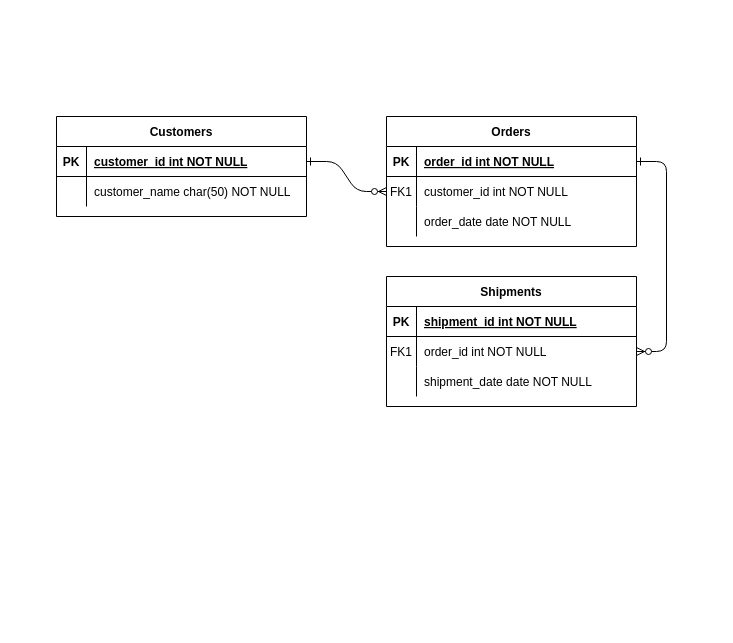
Above: EERD.drawio in BloodRiver/public-health-interventions (draw.io), before the change. Source tidied: cells renumbered, new cells numbered last; positions are measured from the earlier drawing's top-left corner, leaving out a move shared by most shapes. Both pictures are drawn from the tidied source at 100%, with x=0, y=0 at pixel (56, 116).
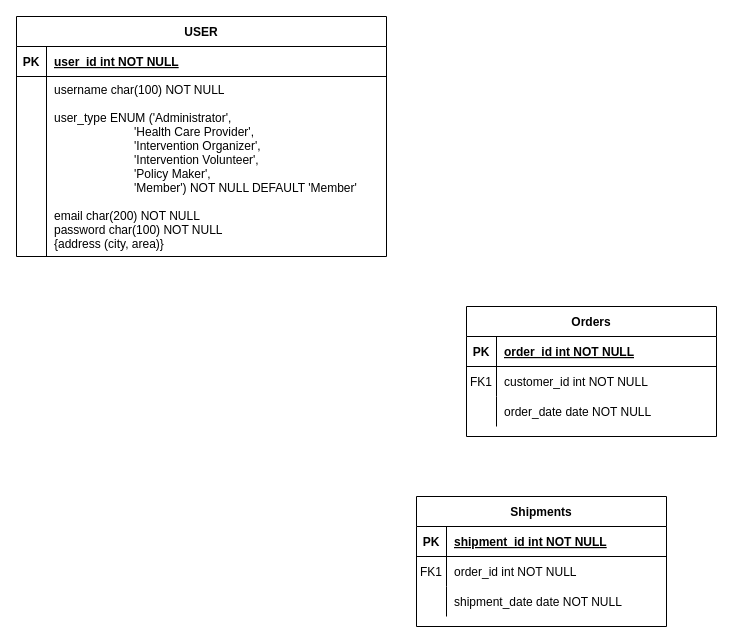
After the change.

Unchanged cells that the change refers to:
```xml
<mxCell id="5" style="shape=partialRectangle;fillColor=none;points=[[0,0.5],[1,0.5]];portConstraint=eastwest;top=0;left=0;right=0;bottom=1;" parent="4" vertex="1">
  <mxGeometry y="30" width="250" height="30" as="geometry" />
</mxCell>
<mxCell id="8" style="shape=partialRectangle;fillColor=none;points=[[0,0.5],[1,0.5]];portConstraint=eastwest;top=0;left=0;right=0;bottom=0;" parent="4" vertex="1">
  <mxGeometry y="60" width="250" height="30" as="geometry" />
</mxCell>
<mxCell id="18" style="shape=partialRectangle;fillColor=none;points=[[0,0.5],[1,0.5]];portConstraint=eastwest;top=0;left=0;right=0;bottom=0;" parent="14" vertex="1">
  <mxGeometry y="60" width="250" height="30" as="geometry" />
</mxCell>
```

The edit, as a diff of the source:
```diff
@@
-    <mxCell id="2" style="edgeStyle=entityRelationEdgeStyle;endArrow=ERzeroToMany;startArrow=ERone;endFill=1;startFill=0;" parent="1" edge="1" source="25" target="8">
-      <mxGeometry relative="1" as="geometry" />
-    </mxCell>
-    <mxCell id="3" style="edgeStyle=entityRelationEdgeStyle;endArrow=ERzeroToMany;startArrow=ERone;endFill=1;startFill=0;" parent="1" edge="1" source="5" target="18">
-      <mxGeometry relative="1" as="geometry" />
-    </mxCell>
     <mxCell id="4" value="Orders" style="shape=table;startSize=30;childLayout=tableLayout;rowLines=0;fontStyle=1;align=center;" parent="1" vertex="1">
-      <mxGeometry x="330" width="250" height="130" as="geometry" />
+      <mxGeometry x="410" y="190" width="250" height="130" as="geometry" />
     </mxCell>
@@
     <mxCell id="14" value="Shipments" style="shape=table;startSize=30;childLayout=tableLayout;rowLines=0;fontStyle=1;align=center;" parent="1" vertex="1">
-      <mxGeometry x="330" y="160" width="250" height="130" as="geometry" />
+      <mxGeometry x="360" y="380" width="250" height="130" as="geometry" />
     </mxCell>
@@
-    <mxCell id="24" value="Customers" style="shape=table;startSize=30;childLayout=tableLayout;rowLines=0;fontStyle=1;align=center;" parent="1" vertex="1">
-      <mxGeometry width="250" height="100" as="geometry" />
+    <mxCell id="24" value="USER" style="shape=table;startSize=30;childLayout=tableLayout;rowLines=0;fontStyle=1;align=center;" parent="1" vertex="1">
+      <mxGeometry x="-40" y="-100" width="370" height="240" as="geometry" />
     </mxCell>
     <mxCell id="25" style="shape=partialRectangle;fillColor=none;points=[[0,0.5],[1,0.5]];portConstraint=eastwest;top=0;left=0;right=0;bottom=1;" parent="24" vertex="1">
-      <mxGeometry y="30" width="250" height="30" as="geometry" />
+      <mxGeometry y="30" width="370" height="30" as="geometry" />
     </mxCell>
@@
-    <mxCell id="27" value="customer_id int NOT NULL " style="shape=partialRectangle;overflow=hidden;fillColor=none;top=0;left=0;bottom=0;right=0;align=left;spacingLeft=6;fontStyle=5;" parent="25" vertex="1">
-      <mxGeometry x="30" width="220" height="30" as="geometry" />
+    <mxCell id="27" value="user_id int NOT NULL " style="shape=partialRectangle;overflow=hidden;fillColor=none;top=0;left=0;bottom=0;right=0;align=left;spacingLeft=6;fontStyle=5;" parent="25" vertex="1">
+      <mxGeometry x="30" width="340" height="30" as="geometry" />
     </mxCell>
     <mxCell id="28" style="shape=partialRectangle;fillColor=none;top=0;left=0;right=0;bottom=0;" parent="24" vertex="1">
-      <mxGeometry y="60" width="250" height="30" as="geometry" />
+      <mxGeometry y="60" width="370" height="180" as="geometry" />
     </mxCell>
     <mxCell id="29" style="shape=partialRectangle;overflow=hidden;fillColor=none;top=0;left=0;bottom=0;right=0;" parent="28" vertex="1">
-      <mxGeometry width="30" height="30" as="geometry" />
+      <mxGeometry width="30" height="180" as="geometry" />
     </mxCell>
-    <mxCell id="30" value="customer_name char(50) NOT NULL" style="shape=partialRectangle;overflow=hidden;fillColor=none;top=0;left=0;bottom=0;right=0;align=left;spacingLeft=6;" parent="28" vertex="1">
-      <mxGeometry x="30" width="220" height="30" as="geometry" />
+    <mxCell id="30" value="username char(100) NOT NULL&#10;&#10;user_type ENUM ('Administrator',&#10;                        'Health Care Provider',&#10;                        'Intervention Organizer',&#10;                        'Intervention Volunteer',&#10;                        'Policy Maker',&#10;                        'Member') NOT NULL DEFAULT 'Member'&#10;&#10;email char(200) NOT NULL&#10;password char(100) NOT NULL&#10;{address (city, area)}" style="shape=partialRectangle;overflow=hidden;fillColor=none;top=0;left=0;bottom=0;right=0;align=left;spacingLeft=6;" parent="28" vertex="1">
+      <mxGeometry x="30" width="340" height="180" as="geometry" />
     </mxCell>
```
